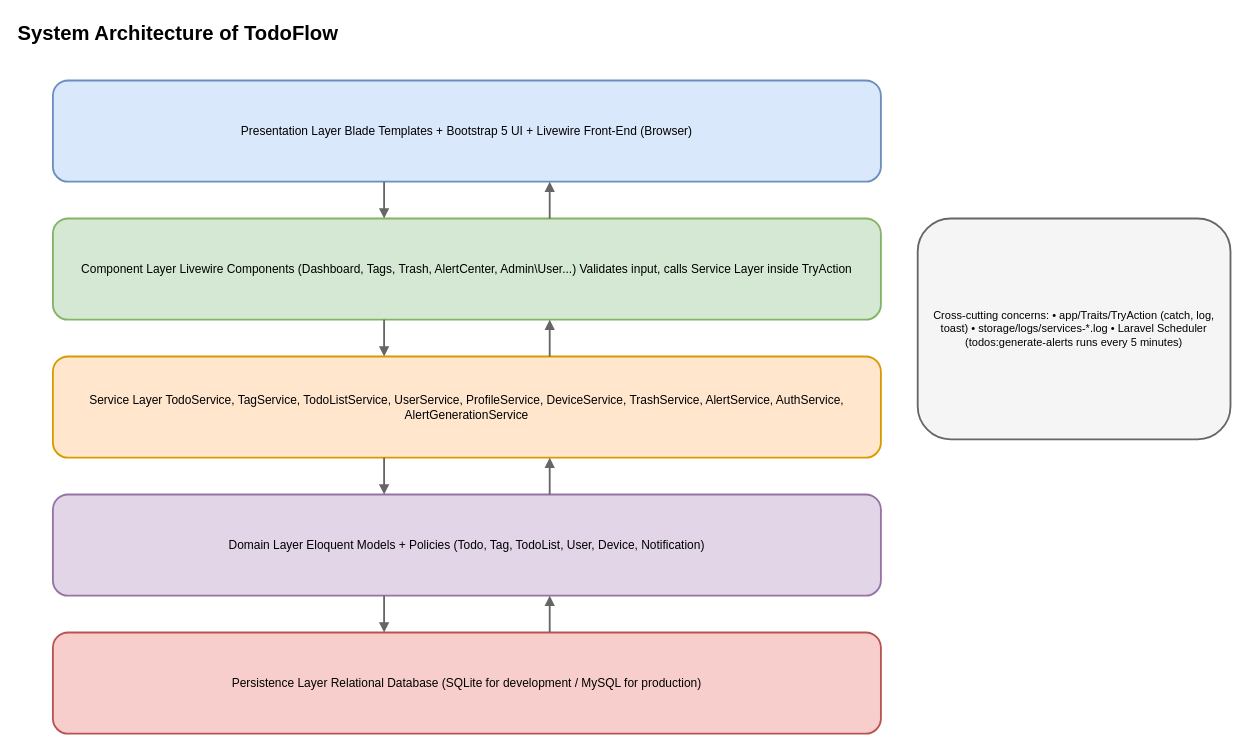
This is ProjectDocs/drawio/fig_3_1_architecture.drawio from Wuninsu/my-todo, a draw.io file, before an edit. Source tidied: cells renumbered, new cells numbered last; positions are measured from the earlier drawing's top-left corner, leaving out a move shared by most shapes. Both pictures are drawn from the tidied source at 92%, with x=0, y=0 at pixel (16, 16).
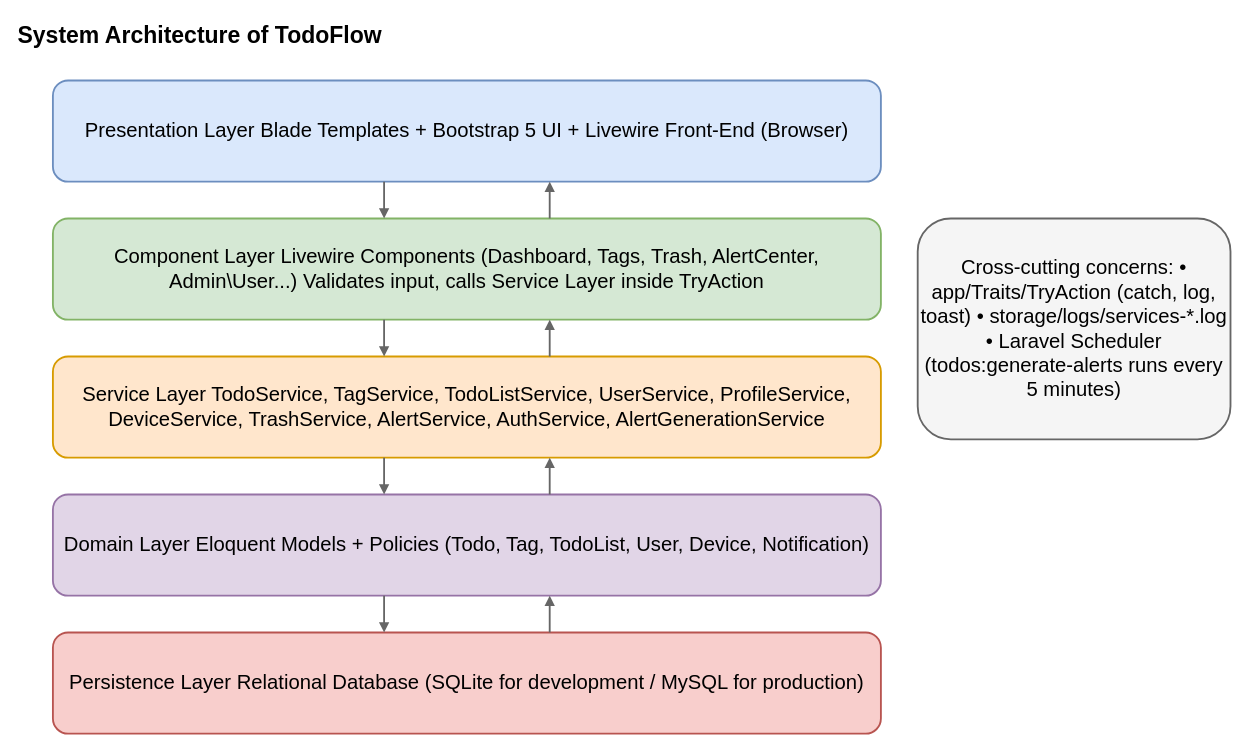
After the change.

Commit message (it also covers changes not shown here):
Refresh project architecture docs

Diff of the diagram source:
```diff
@@
-    <mxCell id="2" value="System Architecture of TodoFlow" style="text;html=1;align=left;verticalAlign=middle;fontSize=22;fontStyle=1;" parent="1" vertex="1">
+    <mxCell id="2" value="System Architecture of TodoFlow" style="text;html=1;align=left;verticalAlign=middle;fontSize=25;fontStyle=1;" parent="1" vertex="1">
       <mxGeometry width="900" height="40" as="geometry" />
     </mxCell>
-    <mxCell id="3" value="Presentation Layer  Blade Templates + Bootstrap 5 UI + Livewire Front-End (Browser)" style="rounded=1;whiteSpace=wrap;html=1;fillColor=#dae8fc;strokeColor=#6c8ebf;fontSize=13;align=center;valign=middle;strokeWidth=2;" parent="1" vertex="1">
+    <mxCell id="3" value="Presentation Layer  Blade Templates + Bootstrap 5 UI + Livewire Front-End (Browser)" style="rounded=1;whiteSpace=wrap;html=1;fillColor=#dae8fc;strokeColor=#6c8ebf;fontSize=22;align=center;valign=middle;strokeWidth=2;" parent="1" vertex="1">
       <mxGeometry x="40" y="70" width="900" height="110" as="geometry" />
     </mxCell>
-    <mxCell id="4" value="Component Layer  Livewire Components (Dashboard, Tags, Trash, AlertCenter, Admin\User...) Validates input, calls Service Layer inside TryAction" style="rounded=1;whiteSpace=wrap;html=1;fillColor=#d5e8d4;strokeColor=#82b366;fontSize=13;align=center;valign=middle;strokeWidth=2;" parent="1" vertex="1">
+    <mxCell id="4" value="Component Layer  Livewire Components (Dashboard, Tags, Trash, AlertCenter, Admin\User...) Validates input, calls Service Layer inside TryAction" style="rounded=1;whiteSpace=wrap;html=1;fillColor=#d5e8d4;strokeColor=#82b366;fontSize=22;align=center;valign=middle;strokeWidth=2;" parent="1" vertex="1">
       <mxGeometry x="40" y="220" width="900" height="110" as="geometry" />
     </mxCell>
-    <mxCell id="5" value="Service Layer  TodoService, TagService, TodoListService, UserService, ProfileService, DeviceService, TrashService, AlertService, AuthService, AlertGenerationService" style="rounded=1;whiteSpace=wrap;html=1;fillColor=#ffe6cc;strokeColor=#d79b00;fontSize=13;align=center;valign=middle;strokeWidth=2;" parent="1" vertex="1">
+    <mxCell id="5" value="Service Layer  TodoService, TagService, TodoListService, UserService, ProfileService, DeviceService, TrashService, AlertService, AuthService, AlertGenerationService" style="rounded=1;whiteSpace=wrap;html=1;fillColor=#ffe6cc;strokeColor=#d79b00;fontSize=22;align=center;valign=middle;strokeWidth=2;" parent="1" vertex="1">
       <mxGeometry x="40" y="370" width="900" height="110" as="geometry" />
     </mxCell>
-    <mxCell id="6" value="Domain Layer  Eloquent Models + Policies (Todo, Tag, TodoList, User, Device, Notification)" style="rounded=1;whiteSpace=wrap;html=1;fillColor=#e1d5e7;strokeColor=#9673a6;fontSize=13;align=center;valign=middle;strokeWidth=2;" parent="1" vertex="1">
+    <mxCell id="6" value="Domain Layer  Eloquent Models + Policies (Todo, Tag, TodoList, User, Device, Notification)" style="rounded=1;whiteSpace=wrap;html=1;fillColor=#e1d5e7;strokeColor=#9673a6;fontSize=22;align=center;valign=middle;strokeWidth=2;" parent="1" vertex="1">
       <mxGeometry x="40" y="520" width="900" height="110" as="geometry" />
     </mxCell>
-    <mxCell id="7" value="Persistence Layer  Relational Database (SQLite for development / MySQL for production)" style="rounded=1;whiteSpace=wrap;html=1;fillColor=#f8cecc;strokeColor=#b85450;fontSize=13;align=center;valign=middle;strokeWidth=2;" parent="1" vertex="1">
+    <mxCell id="7" value="Persistence Layer  Relational Database (SQLite for development / MySQL for production)" style="rounded=1;whiteSpace=wrap;html=1;fillColor=#f8cecc;strokeColor=#b85450;fontSize=22;align=center;valign=middle;strokeWidth=2;" parent="1" vertex="1">
       <mxGeometry x="40" y="670" width="900" height="110" as="geometry" />
     </mxCell>
@@
-    <mxCell id="16" value="Cross-cutting concerns:  • app/Traits/TryAction (catch, log, toast)  • storage/logs/services-*.log  • Laravel Scheduler (todos:generate-alerts runs every 5 minutes)" style="rounded=1;whiteSpace=wrap;html=1;fillColor=#f5f5f5;strokeColor=#666666;fontSize=12;align=center;valign=middle;strokeWidth=2;" parent="1" vertex="1">
+    <mxCell id="16" value="Cross-cutting concerns:  • app/Traits/TryAction (catch, log, toast)  • storage/logs/services-*.log  • Laravel Scheduler (todos:generate-alerts runs every 5 minutes)" style="rounded=1;whiteSpace=wrap;html=1;fillColor=#f5f5f5;strokeColor=#666666;fontSize=22;align=center;valign=middle;strokeWidth=2;" parent="1" vertex="1">
       <mxGeometry x="980" y="220" width="340" height="240" as="geometry" />
     </mxCell>
```
